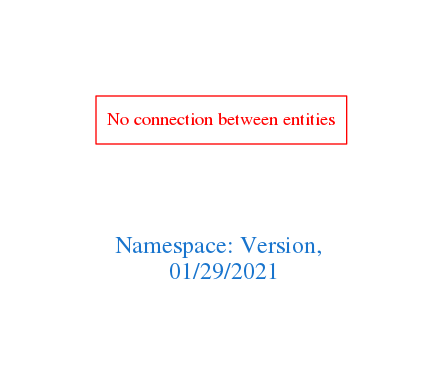
Above: downloads/Version.png in arago/OGIT (Graphviz), before the change. Its source is kept beside it as downloads/Version.dot.
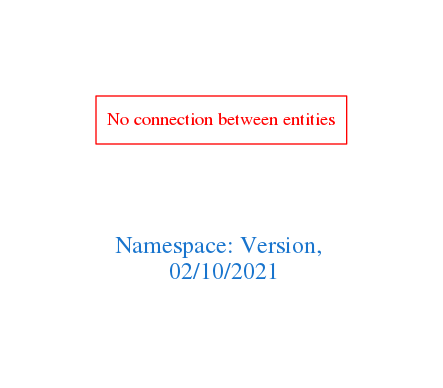
The same file after the commit.

Diff of the diagram source:
```diff
@@ -1,7 +1,7 @@
 digraph OGIT_ontology {
  graph [ rankdir= LR,pad=1
 fontsize = 18,
-fontcolor= dodgerblue3,label = "\n\n\nNamespace: Version, \n 01/29/2021"];
+fontcolor= dodgerblue3,label = "\n\n\nNamespace: Version, \n 02/10/2021"];
 node[shape=polygon];
 edge [  color="gray81"];
 
```
